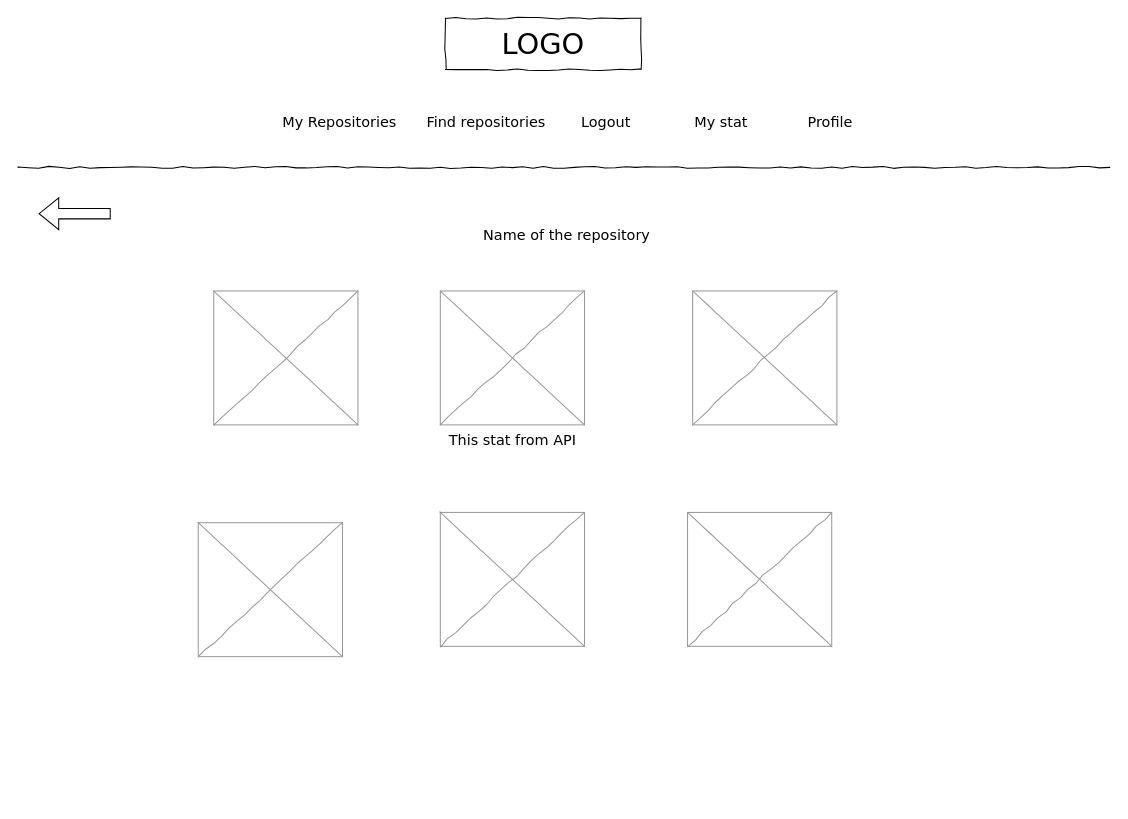
Earlier version of the draw.io diagram page "Statistics for selected Repo" (3 of 6) of Untitled Diagram.drawio (NielsMKristensen/gitStat). Source tidied: cells renumbered, new cells numbered last; positions are measured from the earlier drawing's top-left corner, leaving out a move shared by most shapes. Both pictures are drawn from the tidied source at 103%, with x=0, y=0 at pixel (18, 18).
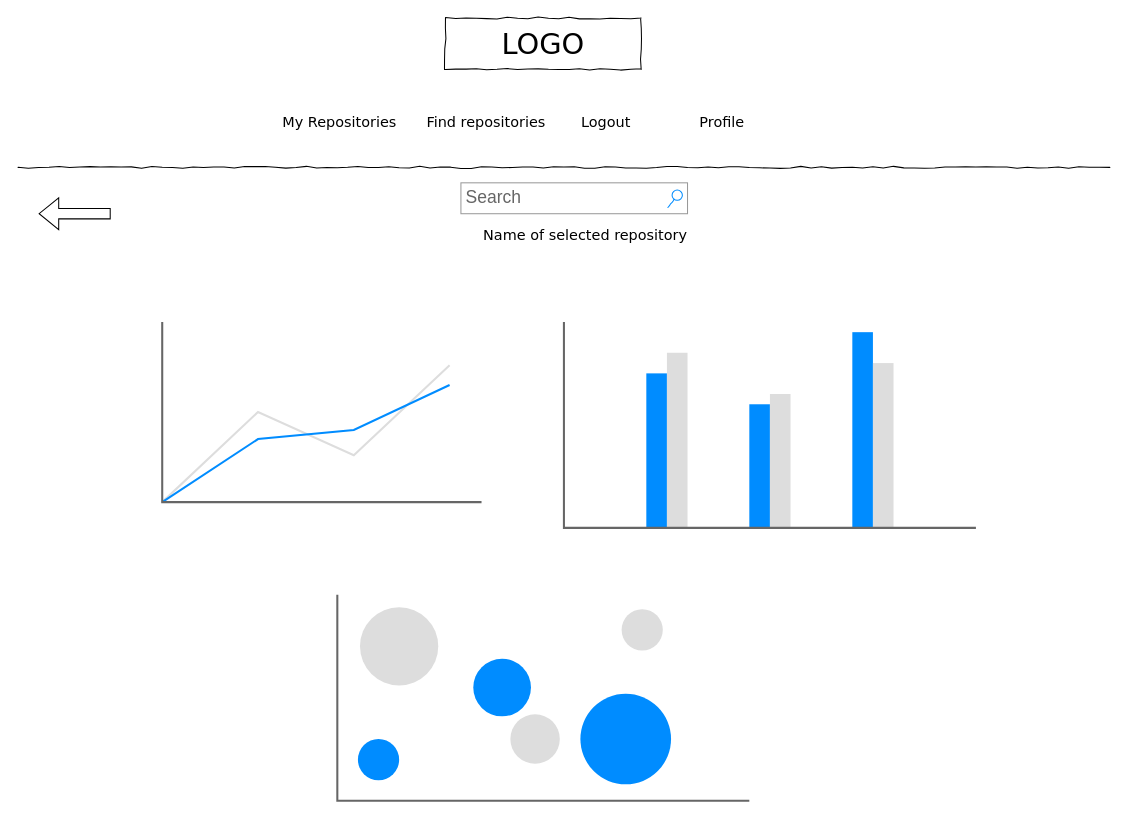
Above is the later version.

Change to the diagram source:
```diff
@@
 <mxGraphModel>
   <root>
     <mxCell id="0" />
     <mxCell id="1" parent="0" />
     <mxCell id="2" value="LOGO" style="whiteSpace=wrap;html=1;rounded=0;shadow=0;labelBackgroundColor=none;strokeWidth=1;fontFamily=Verdana;fontSize=28;align=center;comic=1;" parent="1" vertex="1">
       <mxGeometry x="415" width="190" height="50" as="geometry" />
     </mxCell>
     <mxCell id="3" style="line;strokeWidth=1;html=1;rounded=0;shadow=0;labelBackgroundColor=none;fillColor=none;fontFamily=Verdana;fontSize=14;fontColor=#000000;align=center;comic=1;" parent="1" vertex="1">
       <mxGeometry y="110" width="1060" height="70" as="geometry" />
     </mxCell>
     <mxCell id="4" value="Logout" style="text;html=1;align=left;verticalAlign=top;spacingTop=-4;fontSize=14;fontFamily=Verdana;" parent="1" vertex="1">
       <mxGeometry x="545" y="90" width="60" height="20" as="geometry" />
     </mxCell>
-    <mxCell id="5" value="My stat" style="text;html=1;align=left;verticalAlign=top;spacingTop=-4;fontSize=14;fontFamily=Verdana;" parent="1" vertex="1">
-      <mxGeometry x="655" y="90" width="60" height="20" as="geometry" />
-    </mxCell>
-    <mxCell id="6" style="verticalLabelPosition=bottom;shadow=0;dashed=0;align=center;html=1;verticalAlign=top;strokeWidth=1;shape=mxgraph.mockup.graphics.simpleIcon;strokeColor=#999999;rounded=0;labelBackgroundColor=none;fontFamily=Verdana;fontSize=14;fontColor=#000000;comic=1;" parent="1" vertex="1">
-      <mxGeometry x="190" y="265" width="140" height="130" as="geometry" />
-    </mxCell>
     <mxCell id="7" value="Profile" style="text;html=1;align=left;verticalAlign=top;spacingTop=-4;fontSize=14;fontFamily=Verdana;" parent="1" vertex="1">
-      <mxGeometry x="765" y="90" width="60" height="20" as="geometry" />
+      <mxGeometry x="660" y="90" width="60" height="20" as="geometry" />
     </mxCell>
-    <mxCell id="8" value="This stat from API" style="verticalLabelPosition=bottom;shadow=0;dashed=0;align=center;html=1;verticalAlign=top;strokeWidth=1;shape=mxgraph.mockup.graphics.simpleIcon;strokeColor=#999999;rounded=0;labelBackgroundColor=none;fontFamily=Verdana;fontSize=14;fontColor=#000000;comic=1;" parent="1" vertex="1">
-      <mxGeometry x="410" y="265" width="140" height="130" as="geometry" />
-    </mxCell>
-    <mxCell id="9" style="verticalLabelPosition=bottom;shadow=0;dashed=0;align=center;html=1;verticalAlign=top;strokeWidth=1;shape=mxgraph.mockup.graphics.simpleIcon;strokeColor=#999999;rounded=0;labelBackgroundColor=none;fontFamily=Verdana;fontSize=14;fontColor=#000000;comic=1;" parent="1" vertex="1">
-      <mxGeometry x="655" y="265" width="140" height="130" as="geometry" />
-    </mxCell>
-    <mxCell id="10" style="verticalLabelPosition=bottom;shadow=0;dashed=0;align=center;html=1;verticalAlign=top;strokeWidth=1;shape=mxgraph.mockup.graphics.simpleIcon;strokeColor=#999999;rounded=0;labelBackgroundColor=none;fontFamily=Verdana;fontSize=14;fontColor=#000000;comic=1;" parent="1" vertex="1">
-      <mxGeometry x="410" y="480" width="140" height="130" as="geometry" />
-    </mxCell>
-    <mxCell id="11" style="verticalLabelPosition=bottom;shadow=0;dashed=0;align=center;html=1;verticalAlign=top;strokeWidth=1;shape=mxgraph.mockup.graphics.simpleIcon;strokeColor=#999999;rounded=0;labelBackgroundColor=none;fontFamily=Verdana;fontSize=14;fontColor=#000000;comic=1;" parent="1" vertex="1">
-      <mxGeometry x="175" y="490" width="140" height="130" as="geometry" />
-    </mxCell>
-    <mxCell id="12" style="verticalLabelPosition=bottom;shadow=0;dashed=0;align=center;html=1;verticalAlign=top;strokeWidth=1;shape=mxgraph.mockup.graphics.simpleIcon;strokeColor=#999999;rounded=0;labelBackgroundColor=none;fontFamily=Verdana;fontSize=14;fontColor=#000000;comic=1;" parent="1" vertex="1">
-      <mxGeometry x="650" y="480" width="140" height="130" as="geometry" />
-    </mxCell>
     <mxCell id="13" value="My Repositories" style="text;html=1;align=left;verticalAlign=top;spacingTop=-4;fontSize=14;fontFamily=Verdana;" parent="1" vertex="1">
       <mxGeometry x="255" y="90" width="60" height="20" as="geometry" />
     </mxCell>
     <mxCell id="14" value="Find repositories" style="text;html=1;align=left;verticalAlign=top;spacingTop=-4;fontSize=14;fontFamily=Verdana;" parent="1" vertex="1">
       <mxGeometry x="395" y="90" width="60" height="20" as="geometry" />
     </mxCell>
-    <mxCell id="15" value="Name of the repository" style="text;html=1;align=left;verticalAlign=top;spacingTop=-4;fontSize=14;fontFamily=Verdana;" parent="1" vertex="1">
+    <mxCell id="15" value="Name of selected repository" style="text;html=1;align=left;verticalAlign=top;spacingTop=-4;fontSize=14;fontFamily=Verdana;" parent="1" vertex="1">
       <mxGeometry x="450" y="200" width="60" height="20" as="geometry" />
     </mxCell>
     <mxCell id="16" style="shape=flexArrow;endArrow=classic;html=1;rounded=0;" parent="1" edge="1">
       <mxGeometry relative="1" as="geometry">
         <mxPoint x="90" y="190" as="sourcePoint" />
         <mxPoint x="20" y="190" as="targetPoint" />
       </mxGeometry>
     </mxCell>
+    <mxCell id="17" value="Search" style="strokeWidth=1;shadow=0;dashed=0;align=center;html=1;shape=mxgraph.mockup.forms.searchBox;strokeColor=#999999;mainText=;strokeColor2=#008cff;fontColor=#666666;fontSize=17;align=left;spacingLeft=3;rounded=0;labelBackgroundColor=none;comic=1;" parent="1" vertex="1">
+      <mxGeometry x="430" y="160" width="220" height="30" as="geometry" />
+    </mxCell>
+    <mxCell id="18" style="verticalLabelPosition=bottom;shadow=0;dashed=0;align=center;html=1;verticalAlign=top;strokeWidth=1;shape=mxgraph.mockup.graphics.lineChart;strokeColor=none;strokeColor2=#666666;strokeColor3=#008cff;strokeColor4=#dddddd;fillColor=none;" parent="1" vertex="1">
+      <mxGeometry x="140" y="295" width="310" height="175" as="geometry" />
+    </mxCell>
+    <mxCell id="19" style="verticalLabelPosition=bottom;shadow=0;dashed=0;align=center;html=1;verticalAlign=top;strokeWidth=1;shape=mxgraph.mockup.graphics.columnChart;strokeColor=none;strokeColor2=none;strokeColor3=#666666;fillColor2=#008cff;fillColor3=#dddddd;fillColor=none;" parent="1" vertex="1">
+      <mxGeometry x="530" y="295" width="400" height="200" as="geometry" />
+    </mxCell>
+    <mxCell id="20" style="verticalLabelPosition=bottom;shadow=0;dashed=0;align=center;html=1;verticalAlign=top;strokeWidth=1;shape=mxgraph.mockup.graphics.bubbleChart;strokeColor=none;strokeColor2=none;strokeColor3=#666666;fillColor2=#008cff;fillColor3=#dddddd;fillColor=none;" parent="1" vertex="1">
+      <mxGeometry x="310" y="560" width="400" height="200" as="geometry" />
+    </mxCell>
   </root>
 </mxGraphModel>
```
